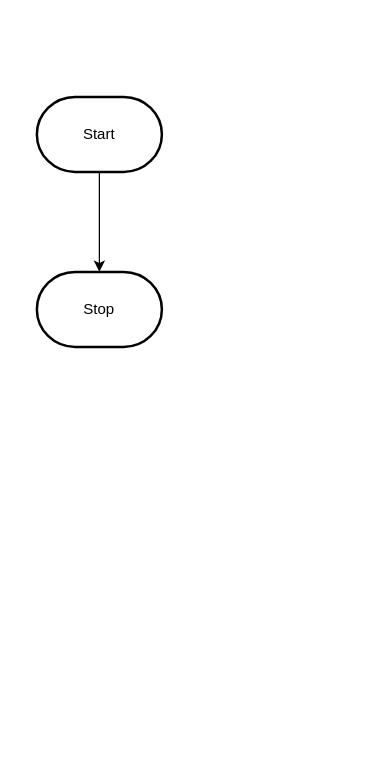
Before: design/flowchart.drawio in MTHS-TEJ2O-1-2023/TEJ2O-Unit-2-12-ihor-chernyshev, a draw.io diagram. Source tidied: cells renumbered, new cells numbered last; positions are measured from the earlier drawing's top-left corner, leaving out a move shared by most shapes. Both pictures are drawn from the tidied source at 125%, with x=0, y=0 at pixel (36, 96).
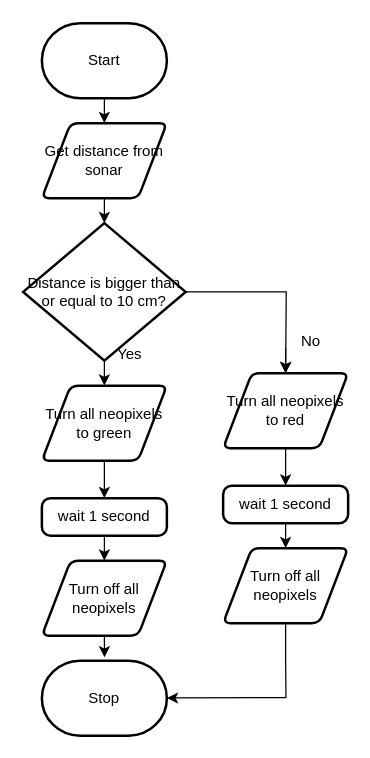
After the change.

What changed in the source:
```diff
@@
-    <mxCell id="2" style="edgeStyle=orthogonalEdgeStyle;html=1;rounded=0;" parent="1" edge="1" source="3" target="4">
-      <mxGeometry relative="1" as="geometry" />
-    </mxCell>
+    <mxCell id="5" style="edgeStyle=none;html=1;exitX=0.5;exitY=1;exitDx=0;exitDy=0;exitPerimeter=0;entryX=0.5;entryY=0;entryDx=0;entryDy=0;" parent="1" edge="1" source="3" target="2">
+      <mxGeometry relative="1" as="geometry" />
+    </mxCell>
     <mxCell id="3" value="Start" style="strokeWidth=2;html=1;shape=mxgraph.flowchart.terminator;whiteSpace=wrap;" parent="1" vertex="1">
-      <mxGeometry width="100" height="60" as="geometry" />
+      <mxGeometry x="4" y="-59" width="100" height="60" as="geometry" />
     </mxCell>
     <mxCell id="4" value="Stop" style="strokeWidth=2;html=1;shape=mxgraph.flowchart.terminator;whiteSpace=wrap;" parent="1" vertex="1">
-      <mxGeometry y="140" width="100" height="60" as="geometry" />
+      <mxGeometry x="4" y="451" width="100" height="60" as="geometry" />
     </mxCell>
+    <mxCell id="6" style="edgeStyle=none;html=1;exitX=0.5;exitY=1;exitDx=0;exitDy=0;entryX=0.5;entryY=0;entryDx=0;entryDy=0;entryPerimeter=0;" parent="1" edge="1" source="2" target="9">
+      <mxGeometry relative="1" as="geometry" />
+    </mxCell>
+    <mxCell id="2" value="Get distance from sonar" style="shape=parallelogram;html=1;strokeWidth=2;perimeter=parallelogramPerimeter;whiteSpace=wrap;rounded=1;arcSize=12;size=0.23;" parent="1" vertex="1">
+      <mxGeometry x="4" y="21" width="100" height="60" as="geometry" />
+    </mxCell>
+    <mxCell id="7" style="edgeStyle=none;html=1;exitX=0.5;exitY=1;exitDx=0;exitDy=0;exitPerimeter=0;entryX=0.5;entryY=0;entryDx=0;entryDy=0;" parent="1" edge="1" source="9" target="11">
+      <mxGeometry relative="1" as="geometry" />
+    </mxCell>
+    <mxCell id="8" style="edgeStyle=orthogonalEdgeStyle;html=1;exitX=1;exitY=0.5;exitDx=0;exitDy=0;exitPerimeter=0;rounded=0;" parent="1" edge="1" source="9">
+      <mxGeometry relative="1" as="geometry">
+        <mxPoint x="199" y="221" as="targetPoint" />
+      </mxGeometry>
+    </mxCell>
+    <mxCell id="9" value="Distance is bigger than or equal to 10 cm?" style="strokeWidth=2;html=1;shape=mxgraph.flowchart.decision;whiteSpace=wrap;" parent="1" vertex="1">
+      <mxGeometry x="-11" y="101" width="130" height="110" as="geometry" />
+    </mxCell>
+    <mxCell id="10" style="edgeStyle=none;html=1;exitX=0.5;exitY=1;exitDx=0;exitDy=0;entryX=0.5;entryY=0;entryDx=0;entryDy=0;" parent="1" edge="1" source="11" target="14">
+      <mxGeometry relative="1" as="geometry" />
+    </mxCell>
+    <mxCell id="11" value="Turn all neopixels to green" style="shape=parallelogram;html=1;strokeWidth=2;perimeter=parallelogramPerimeter;whiteSpace=wrap;rounded=1;arcSize=12;size=0.23;" parent="1" vertex="1">
+      <mxGeometry x="4" y="231" width="100" height="60" as="geometry" />
+    </mxCell>
+    <mxCell id="12" value="Yes" style="text;html=1;align=center;verticalAlign=middle;strokeColor=none;fillColor=none;" parent="1" vertex="1">
+      <mxGeometry x="54" y="191" width="40" height="30" as="geometry" />
+    </mxCell>
+    <mxCell id="13" style="edgeStyle=none;html=1;exitX=0.5;exitY=1;exitDx=0;exitDy=0;entryX=0.5;entryY=0;entryDx=0;entryDy=0;" parent="1" edge="1" source="14" target="16">
+      <mxGeometry relative="1" as="geometry" />
+    </mxCell>
+    <mxCell id="14" value="wait 1 second" style="rounded=1;whiteSpace=wrap;html=1;absoluteArcSize=1;arcSize=14;strokeWidth=2;" parent="1" vertex="1">
+      <mxGeometry x="4" y="321" width="100" height="30" as="geometry" />
+    </mxCell>
+    <mxCell id="15" style="edgeStyle=none;html=1;exitX=0.5;exitY=1;exitDx=0;exitDy=0;entryX=0.501;entryY=-0.044;entryDx=0;entryDy=0;entryPerimeter=0;" parent="1" edge="1" source="16" target="4">
+      <mxGeometry relative="1" as="geometry" />
+    </mxCell>
+    <mxCell id="16" value="Turn off all neopixels" style="shape=parallelogram;html=1;strokeWidth=2;perimeter=parallelogramPerimeter;whiteSpace=wrap;rounded=1;arcSize=12;size=0.23;" parent="1" vertex="1">
+      <mxGeometry x="4" y="371" width="100" height="60" as="geometry" />
+    </mxCell>
+    <mxCell id="17" style="edgeStyle=none;html=1;exitX=0.5;exitY=1;exitDx=0;exitDy=0;exitPerimeter=0;entryX=0.5;entryY=0;entryDx=0;entryDy=0;" parent="1" edge="1" target="19">
+      <mxGeometry relative="1" as="geometry">
+        <mxPoint x="199" y="201" as="sourcePoint" />
+      </mxGeometry>
+    </mxCell>
+    <mxCell id="18" style="edgeStyle=none;html=1;exitX=0.5;exitY=1;exitDx=0;exitDy=0;entryX=0.5;entryY=0;entryDx=0;entryDy=0;" parent="1" edge="1" source="19" target="22">
+      <mxGeometry relative="1" as="geometry" />
+    </mxCell>
+    <mxCell id="19" value="Turn all neopixels to red" style="shape=parallelogram;html=1;strokeWidth=2;perimeter=parallelogramPerimeter;whiteSpace=wrap;rounded=1;arcSize=12;size=0.23;" parent="1" vertex="1">
+      <mxGeometry x="149" y="221" width="100" height="60" as="geometry" />
+    </mxCell>
+    <mxCell id="20" value="No" style="text;html=1;align=center;verticalAlign=middle;strokeColor=none;fillColor=none;" parent="1" vertex="1">
+      <mxGeometry x="199" y="181" width="40" height="30" as="geometry" />
+    </mxCell>
+    <mxCell id="21" style="edgeStyle=none;html=1;exitX=0.5;exitY=1;exitDx=0;exitDy=0;entryX=0.5;entryY=0;entryDx=0;entryDy=0;" parent="1" edge="1" source="22" target="24">
+      <mxGeometry relative="1" as="geometry" />
+    </mxCell>
+    <mxCell id="22" value="wait 1 second" style="rounded=1;whiteSpace=wrap;html=1;absoluteArcSize=1;arcSize=14;strokeWidth=2;" parent="1" vertex="1">
+      <mxGeometry x="149" y="311" width="100" height="30" as="geometry" />
+    </mxCell>
+    <mxCell id="23" style="edgeStyle=orthogonalEdgeStyle;rounded=0;html=1;exitX=0.5;exitY=1;exitDx=0;exitDy=0;endArrow=none;endFill=0;" parent="1" edge="1" source="24">
+      <mxGeometry relative="1" as="geometry">
+        <mxPoint x="199.3" y="481" as="targetPoint" />
+      </mxGeometry>
+    </mxCell>
+    <mxCell id="24" value="Turn off all neopixels" style="shape=parallelogram;html=1;strokeWidth=2;perimeter=parallelogramPerimeter;whiteSpace=wrap;rounded=1;arcSize=12;size=0.23;" parent="1" vertex="1">
+      <mxGeometry x="149" y="361" width="100" height="60" as="geometry" />
+    </mxCell>
+    <mxCell id="25" style="edgeStyle=none;jettySize=auto;html=1;rounded=0;endArrow=classic;endFill=1;" parent="1" edge="1" target="4">
+      <mxGeometry relative="1" as="geometry">
+        <mxPoint x="199" y="480.6" as="sourcePoint" />
+      </mxGeometry>
+    </mxCell>
```
